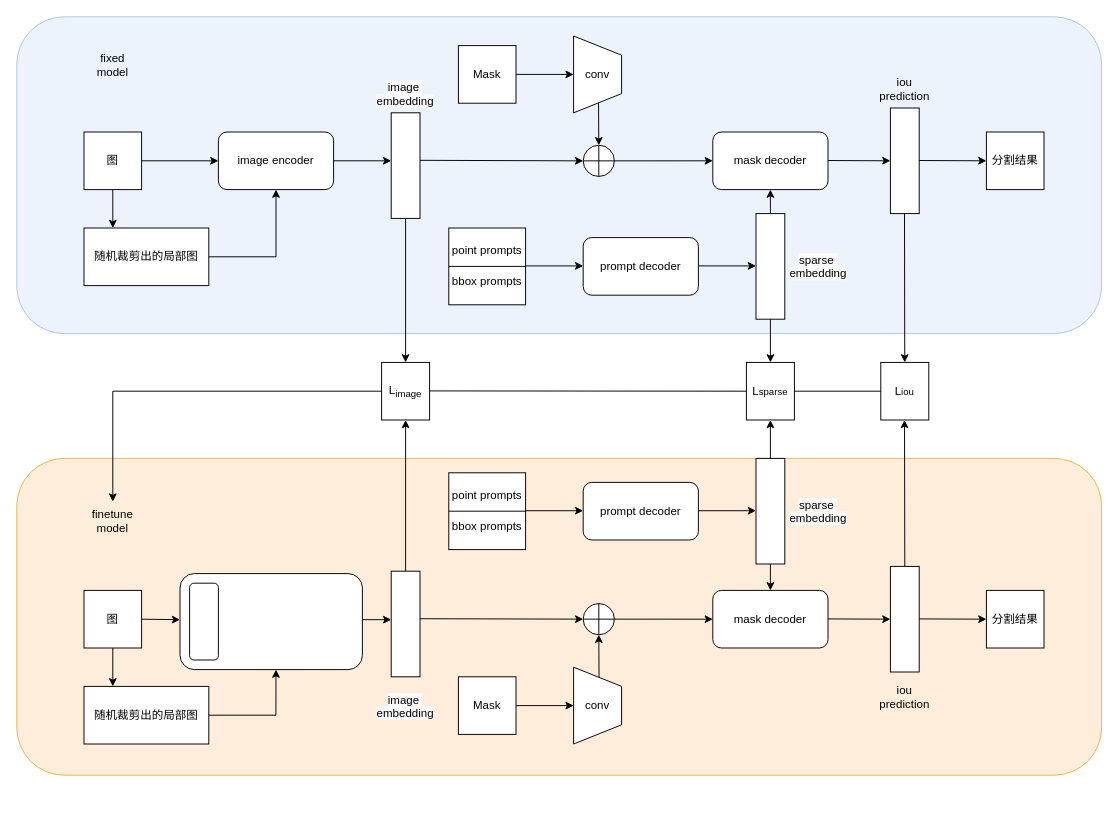
Above: SAM-Med2D_fair.drawio in FiveYuanWashingMachine/ml_toolset (draw.io), before the change. Source tidied: cells renumbered, new cells numbered last; positions are measured from the earlier drawing's top-left corner, leaving out a move shared by most shapes. Both pictures are drawn from the tidied source at 96%, with x=0, y=0 at pixel (16, 16).
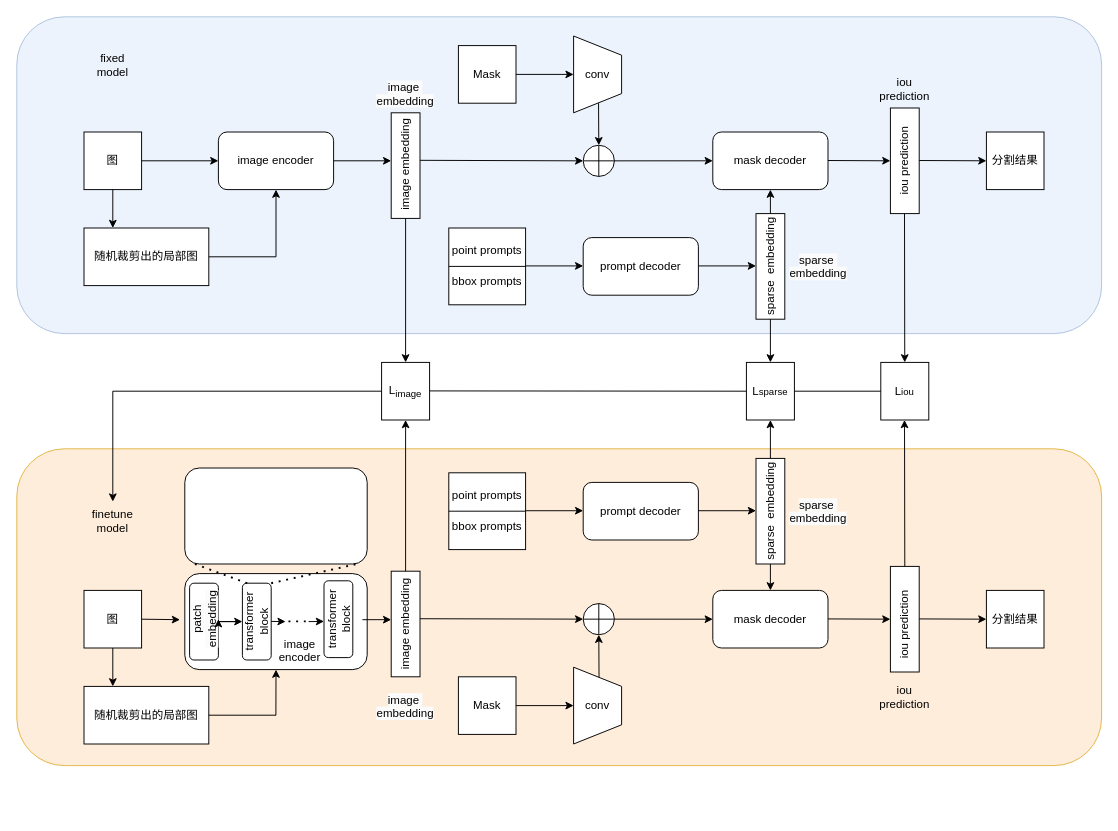
The same page after the edit.

What changed in the source:
```diff
@@
     <mxCell id="4" style="rounded=1;whiteSpace=wrap;html=1;labelBackgroundColor=none;textShadow=0;fillColor=#ffe6cc;strokeColor=#d79b00;opacity=70;" parent="1" vertex="1">
-      <mxGeometry y="460" width="1130" height="330" as="geometry" />
+      <mxGeometry y="450" width="1130" height="330" as="geometry" />
     </mxCell>
@@
     <mxCell id="39" style="rounded=1;whiteSpace=wrap;html=1;" parent="1" vertex="1">
-      <mxGeometry x="170" y="580" width="190" height="100" as="geometry" />
+      <mxGeometry x="175" y="580" width="190" height="100" as="geometry" />
     </mxCell>
@@
+    <mxCell id="86" value="&lt;span style=&quot;color: rgb(0, 0, 0); font-family: Helvetica; font-size: 12px; font-style: normal; font-variant-ligatures: normal; font-variant-caps: normal; font-weight: 400; letter-spacing: normal; orphans: 2; text-indent: 0px; text-transform: none; widows: 2; word-spacing: 0px; -webkit-text-stroke-width: 0px; white-space: normal; background-color: rgb(251, 251, 251); text-decoration-thickness: initial; text-decoration-style: initial; text-decoration-color: initial; float: none; display: inline !important;&quot;&gt;patch embedding&lt;/span&gt;" style="text;whiteSpace=wrap;html=1;horizontal=0;verticalAlign=middle;textDirection=ltr;align=center;" parent="1" vertex="1">
+      <mxGeometry x="165" y="607.5" width="60" height="40" as="geometry" />
+    </mxCell>
+    <mxCell id="87" style="rounded=1;whiteSpace=wrap;html=1;" parent="1" vertex="1">
+      <mxGeometry x="235" y="590" width="30" height="80" as="geometry" />
+    </mxCell>
+    <mxCell id="88" style="edgeStyle=orthogonalEdgeStyle;rounded=0;jettySize=auto;html=1;" parent="1" edge="1" source="89" target="86">
+      <mxGeometry relative="1" as="geometry" />
+    </mxCell>
+    <mxCell id="89" value="transformer&lt;div&gt;block&lt;/div&gt;" style="text;whiteSpace=wrap;html=1;horizontal=0;verticalAlign=middle;textDirection=ltr;align=center;" parent="1" vertex="1">
+      <mxGeometry x="230" y="610" width="40" height="40" as="geometry" />
+    </mxCell>
+    <mxCell id="90" style="rounded=1;whiteSpace=wrap;html=1;" parent="1" vertex="1">
+      <mxGeometry x="320" y="587.5" width="30" height="80" as="geometry" />
+    </mxCell>
+    <mxCell id="91" value="transformer&lt;div&gt;block&lt;/div&gt;" style="text;whiteSpace=wrap;html=1;horizontal=0;verticalAlign=middle;textDirection=ltr;align=center;" parent="1" vertex="1">
+      <mxGeometry x="305" y="607.5" width="60" height="40" as="geometry" />
+    </mxCell>
+    <mxCell id="92" style="endArrow=classic;html=1;rounded=0;entryX=0;entryY=0.5;entryDx=0;entryDy=0;" parent="1" edge="1" target="87">
+      <mxGeometry relative="1" as="geometry">
+        <mxPoint x="210" y="630" as="sourcePoint" />
+      </mxGeometry>
+    </mxCell>
+    <mxCell id="93" style="endArrow=classic;html=1;rounded=0;" parent="1" edge="1">
+      <mxGeometry relative="1" as="geometry">
+        <mxPoint x="265" y="629.8" as="sourcePoint" />
+        <mxPoint x="280" y="630" as="targetPoint" />
+      </mxGeometry>
+    </mxCell>
+    <mxCell id="94" style="endArrow=classic;html=1;rounded=0;entryX=0;entryY=0.5;entryDx=0;entryDy=0;" parent="1" edge="1">
+      <mxGeometry relative="1" as="geometry">
+        <mxPoint x="304" y="630" as="sourcePoint" />
+        <mxPoint x="320" y="629.8" as="targetPoint" />
+      </mxGeometry>
+    </mxCell>
+    <mxCell id="95" style="endArrow=none;dashed=1;html=1;dashPattern=1 3;strokeWidth=2;rounded=0;" parent="1" edge="1">
+      <mxGeometry relative="1" as="geometry">
+        <mxPoint x="275" y="629.8" as="sourcePoint" />
+        <mxPoint x="305" y="629.8" as="targetPoint" />
+      </mxGeometry>
+    </mxCell>
+    <mxCell id="96" value="image&lt;div&gt;encoder&lt;/div&gt;" style="text;whiteSpace=wrap;html=1;align=center;" parent="1" vertex="1">
+      <mxGeometry x="240" y="640" width="110" height="40" as="geometry" />
+    </mxCell>
+    <mxCell id="97" style="rounded=1;whiteSpace=wrap;html=1;" parent="1" vertex="1">
+      <mxGeometry x="175" y="470" width="190" height="100" as="geometry" />
+    </mxCell>
+    <mxCell id="98" style="endArrow=none;dashed=1;html=1;dashPattern=1 3;strokeWidth=2;rounded=0;entryX=0.963;entryY=0.992;entryDx=0;entryDy=0;entryPerimeter=0;" parent="1" edge="1" target="97">
+      <mxGeometry relative="1" as="geometry">
+        <mxPoint x="265" y="590" as="sourcePoint" />
+      </mxGeometry>
+    </mxCell>
+    <mxCell id="99" style="endArrow=none;dashed=1;html=1;dashPattern=1 3;strokeWidth=2;rounded=0;entryX=0.036;entryY=0.987;entryDx=0;entryDy=0;entryPerimeter=0;" parent="1" edge="1" target="97">
+      <mxGeometry relative="1" as="geometry">
+        <mxPoint x="240" y="590" as="sourcePoint" />
+      </mxGeometry>
+    </mxCell>
+    <mxCell id="100" value="image&amp;nbsp;&lt;span style=&quot;background-color: initial;&quot;&gt;embedding&lt;/span&gt;" style="text;whiteSpace=wrap;html=1;horizontal=0;verticalAlign=middle;textDirection=ltr;align=center;" parent="1" vertex="1">
+      <mxGeometry x="375" y="133.8" width="60" height="40" as="geometry" />
+    </mxCell>
+    <mxCell id="101" value="image&amp;nbsp;&lt;span style=&quot;background-color: initial;&quot;&gt;embedding&lt;/span&gt;" style="text;whiteSpace=wrap;html=1;horizontal=0;verticalAlign=middle;textDirection=ltr;align=center;" parent="1" vertex="1">
+      <mxGeometry x="375" y="434.4" width="60" height="396.2" as="geometry" />
+    </mxCell>
+    <mxCell id="102" value="sparse&amp;nbsp;&amp;nbsp;&lt;span style=&quot;background-color: initial;&quot;&gt;embedding&lt;/span&gt;" style="text;whiteSpace=wrap;html=1;horizontal=0;verticalAlign=middle;textDirection=ltr;align=center;" parent="1" vertex="1">
+      <mxGeometry x="755" y="240" width="60" height="40" as="geometry" />
+    </mxCell>
+    <mxCell id="103" value="sparse&amp;nbsp;&amp;nbsp;&lt;span style=&quot;background-color: initial;&quot;&gt;embedding&lt;/span&gt;" style="text;whiteSpace=wrap;html=1;horizontal=0;verticalAlign=middle;textDirection=ltr;align=center;" parent="1" vertex="1">
+      <mxGeometry x="755" y="495" width="60" height="40" as="geometry" />
+    </mxCell>
+    <mxCell id="104" value="iou prediction" style="text;whiteSpace=wrap;html=1;horizontal=0;verticalAlign=middle;textDirection=ltr;align=center;" parent="1" vertex="1">
+      <mxGeometry x="895" y="106.9" width="60" height="86.2" as="geometry" />
+    </mxCell>
+    <mxCell id="105" value="iou prediction" style="text;whiteSpace=wrap;html=1;horizontal=0;verticalAlign=middle;textDirection=ltr;align=center;" parent="1" vertex="1">
+      <mxGeometry x="895" y="590" width="60" height="86.2" as="geometry" />
+    </mxCell>
```
